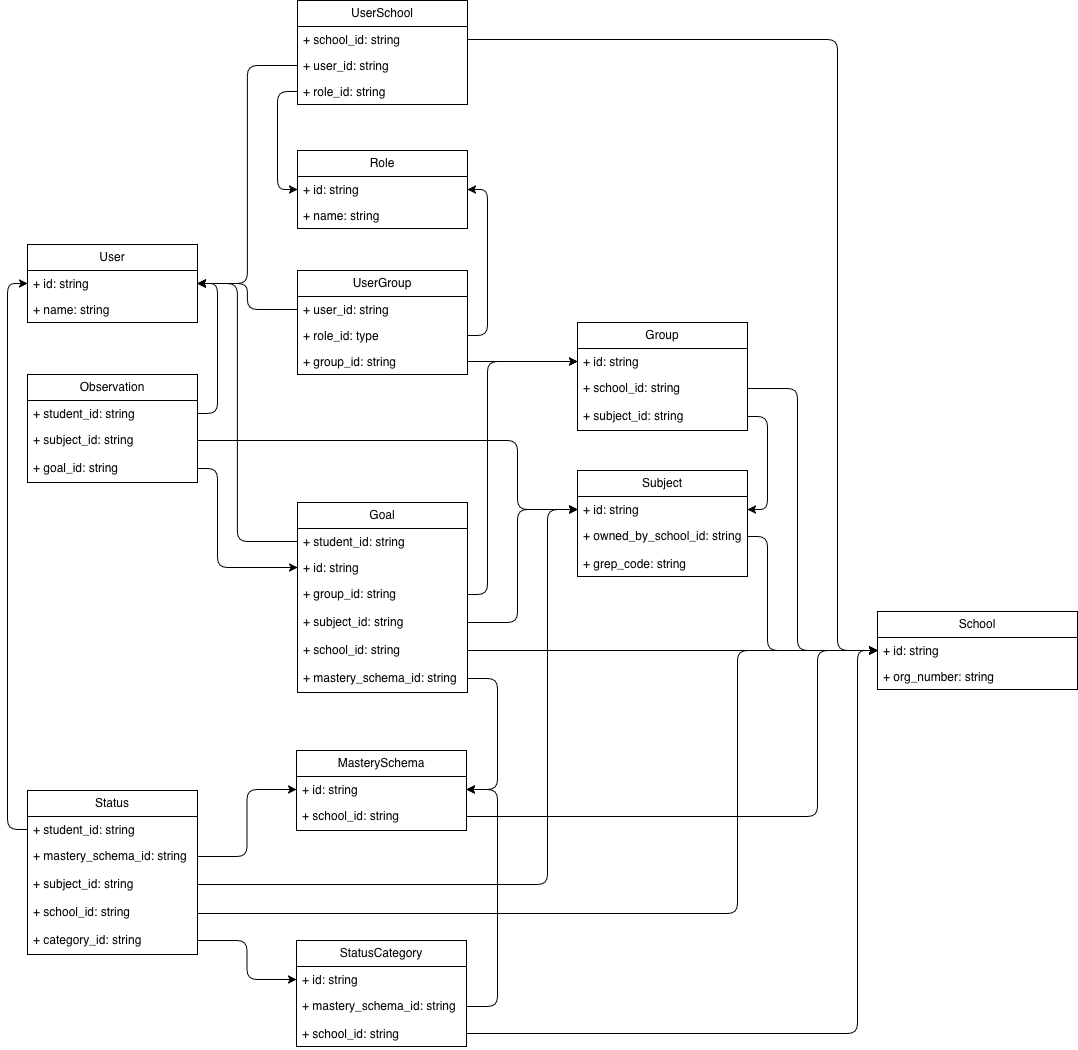
Oslo-kommune-Utdanningsetaten/mestring keeps this draw.io diagram as notes/mestring-diagram.drawio.png. Above is the earlier version. Source tidied: cells renumbered, new cells last; positions are measured from the earlier drawing's top-left corner, leaving out a move shared by most shapes.
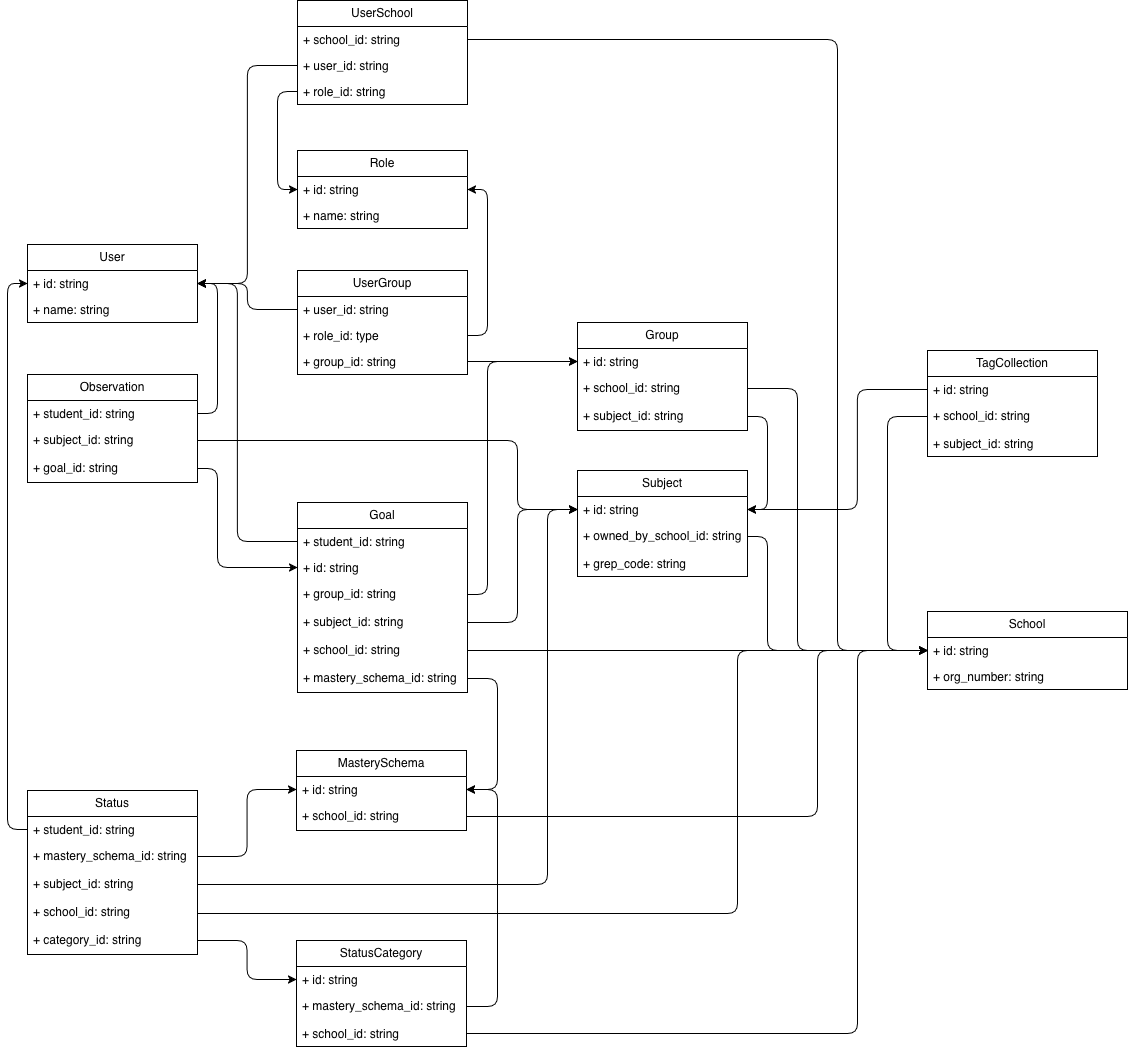
After the change.

Diff of the diagram source:
```diff
@@ -15,7 +15,7 @@
       <mxGeometry y="78" width="170" height="26" as="geometry" />
     </mxCell>
     <mxCell id="6" value="&lt;div&gt;School&lt;/div&gt;" style="swimlane;fontStyle=0;horizontal=1;startSize=26;fillColor=none;whiteSpace=wrap;html=1;labelBackgroundColor=none;rounded=1;arcSize=0;" parent="1" vertex="1">
-      <mxGeometry x="850" y="611" width="200" height="78" as="geometry" />
+      <mxGeometry x="900" y="611" width="200" height="78" as="geometry" />
     </mxCell>
     <mxCell id="7" value="+ id: string" style="text;strokeColor=none;fillColor=none;align=left;verticalAlign=top;spacingLeft=4;spacingRight=4;overflow=hidden;points=[[0,0.5],[1,0.5]];portConstraint=eastwest;whiteSpace=wrap;html=1;labelBackgroundColor=none;rounded=1;" parent="6" vertex="1">
       <mxGeometry y="26" width="200" height="26" as="geometry" />
@@ -304,5 +304,33 @@
     <mxCell id="75" style="edgeStyle=orthogonalEdgeStyle;rounded=1;jettySize=auto;html=1;entryX=0;entryY=0.5;entryDx=0;entryDy=0;curved=0;" parent="1" edge="1" source="57" target="70">
       <mxGeometry relative="1" as="geometry" />
     </mxCell>
+    <mxCell id="76" value="TagCollection" style="swimlane;fontStyle=0;horizontal=1;startSize=26;fillColor=none;whiteSpace=wrap;html=1;labelBackgroundColor=none;rounded=1;arcSize=0;" parent="1" vertex="1">
+      <mxGeometry x="900" y="350" width="170" height="106" as="geometry" />
+    </mxCell>
+    <mxCell id="77" value="+ id: string" style="text;strokeColor=none;fillColor=none;align=left;verticalAlign=top;spacingLeft=4;spacingRight=4;overflow=hidden;points=[[0,0.5],[1,0.5]];portConstraint=eastwest;whiteSpace=wrap;html=1;labelBackgroundColor=none;rounded=1;" parent="76" vertex="1">
+      <mxGeometry y="26" width="170" height="26" as="geometry" />
+    </mxCell>
+    <mxCell id="78" value="+ school_id: string" style="text;strokeColor=none;fillColor=none;align=left;verticalAlign=top;spacingLeft=4;spacingRight=4;overflow=hidden;points=[[0,0.5],[1,0.5]];portConstraint=eastwest;whiteSpace=wrap;html=1;labelBackgroundColor=none;rounded=1;" parent="76" vertex="1">
+      <mxGeometry y="52" width="170" height="28" as="geometry" />
+    </mxCell>
+    <mxCell id="79" value="+ subject_id: string" style="text;strokeColor=none;fillColor=none;align=left;verticalAlign=top;spacingLeft=4;spacingRight=4;overflow=hidden;whiteSpace=wrap;html=1;labelBackgroundColor=none;rounded=1;" parent="76" vertex="1">
+      <mxGeometry y="80" width="170" height="26" as="geometry" />
+    </mxCell>
+    <mxCell id="80" style="edgeStyle=orthogonalEdgeStyle;rounded=1;jettySize=auto;html=1;entryX=1;entryY=0.5;entryDx=0;entryDy=0;curved=0;" parent="1" edge="1" source="77" target="28">
+      <mxGeometry relative="1" as="geometry">
+        <Array as="points">
+          <mxPoint x="830" y="389" />
+          <mxPoint x="830" y="509" />
+        </Array>
+      </mxGeometry>
+    </mxCell>
+    <mxCell id="81" style="edgeStyle=orthogonalEdgeStyle;rounded=1;jettySize=auto;html=1;exitX=0;exitY=0.5;exitDx=0;exitDy=0;curved=0;" parent="1" edge="1" source="78" target="7">
+      <mxGeometry relative="1" as="geometry">
+        <Array as="points">
+          <mxPoint x="860" y="416" />
+          <mxPoint x="860" y="650" />
+        </Array>
+      </mxGeometry>
+    </mxCell>
   </root>
 </mxGraphModel>
```
